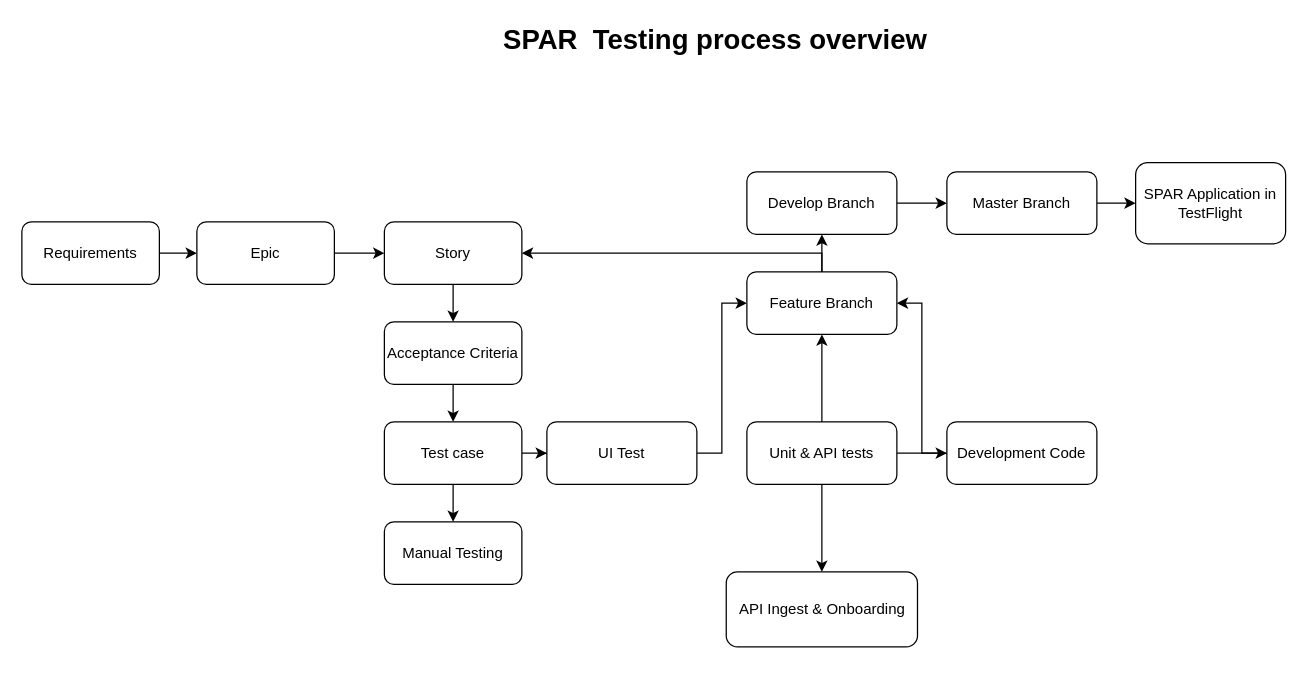
This is SPAR Testing process.drawio from mohandin/hello-world, a draw.io file, before an edit. Source tidied: cells renumbered, new cells numbered last; positions are measured from the earlier drawing's top-left corner, leaving out a move shared by most shapes. Both pictures are drawn from the tidied source at 125%, with x=0, y=0 at pixel (21, 21).
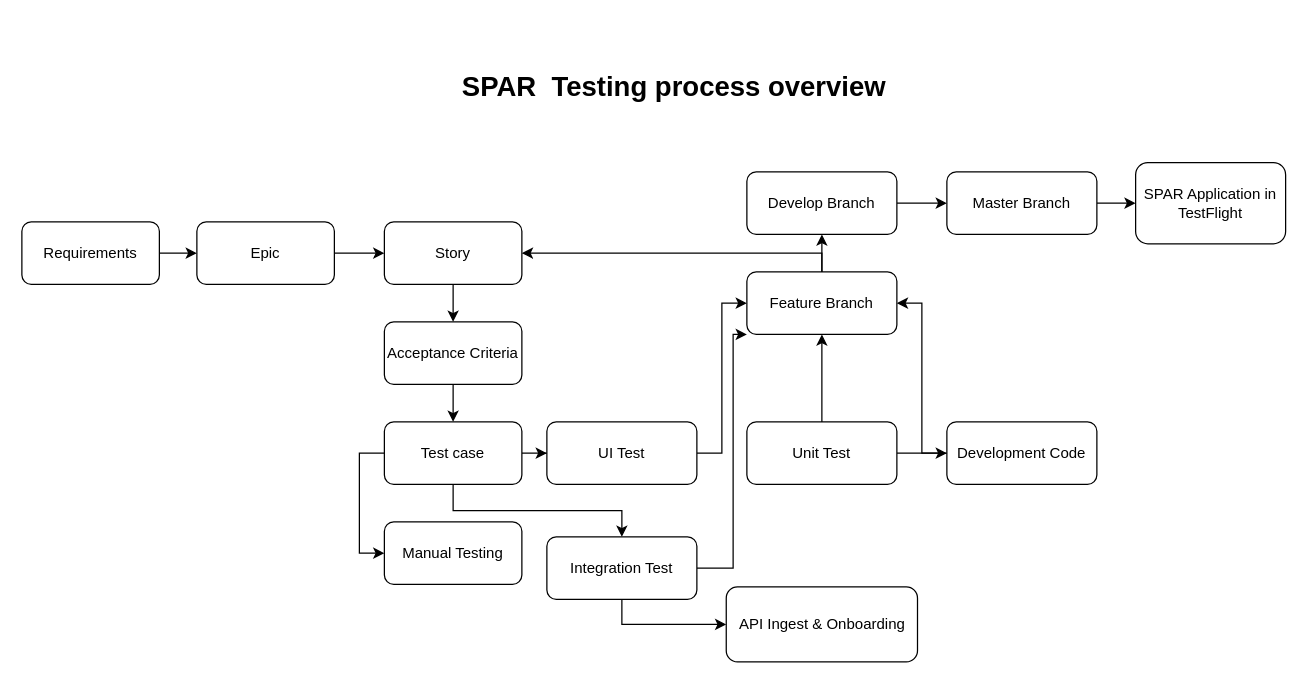
The same page after the edit.

The change refers to these unchanged cells:
```xml
<mxCell id="12" value="Test case" style="rounded=1;whiteSpace=wrap;html=1;" parent="1" vertex="1">
  <mxGeometry x="290" y="320" width="110" height="50" as="geometry" />
</mxCell>
<mxCell id="21" value="Feature Branch" style="rounded=1;whiteSpace=wrap;html=1;" parent="1" vertex="1">
  <mxGeometry x="580" y="200" width="120" height="50" as="geometry" />
</mxCell>
<mxCell id="26" value="Manual Testing" style="rounded=1;whiteSpace=wrap;html=1;" parent="1" vertex="1">
  <mxGeometry x="290" y="400" width="110" height="50" as="geometry" />
</mxCell>
```

What changed in the source:
```diff
@@
-    <mxCell id="11" style="edgeStyle=orthogonalEdgeStyle;rounded=0;jettySize=auto;html=1;" parent="1" edge="1" source="12">
-      <mxGeometry relative="1" as="geometry">
-        <mxPoint x="345" y="400" as="targetPoint" />
-      </mxGeometry>
-    </mxCell>
+    <mxCell id="32" style="edgeStyle=orthogonalEdgeStyle;rounded=0;jettySize=auto;html=1;exitX=0.5;exitY=1;exitDx=0;exitDy=0;entryX=0.5;entryY=0;entryDx=0;entryDy=0;" parent="1" edge="1" source="12" target="36">
+      <mxGeometry relative="1" as="geometry" />
+    </mxCell>
+    <mxCell id="33" style="edgeStyle=orthogonalEdgeStyle;rounded=0;jettySize=auto;html=1;exitX=0;exitY=0.5;exitDx=0;exitDy=0;entryX=0;entryY=0.5;entryDx=0;entryDy=0;" parent="1" edge="1" source="12" target="26">
+      <mxGeometry relative="1" as="geometry" />
+    </mxCell>
@@
-    <mxCell id="15" style="edgeStyle=orthogonalEdgeStyle;rounded=0;jettySize=auto;html=1;" parent="1" edge="1" source="16" target="31">
-      <mxGeometry relative="1" as="geometry" />
-    </mxCell>
-    <mxCell id="16" value="Unit &amp;amp; API tests" style="rounded=1;whiteSpace=wrap;html=1;" parent="1" vertex="1">
+    <mxCell id="16" value="Unit Test" style="rounded=1;whiteSpace=wrap;html=1;" parent="1" vertex="1">
       <mxGeometry x="580" y="320" width="120" height="50" as="geometry" />
     </mxCell>
@@
     <mxCell id="30" value="&lt;b&gt;&lt;font style=&quot;font-size: 22px&quot;&gt;SPAR &amp;nbsp;Testing process overview&lt;/font&gt;&lt;/b&gt;" style="text;html=1;strokeColor=none;fillColor=none;align=center;verticalAlign=middle;whiteSpace=wrap;rounded=0;" parent="1" vertex="1">
-      <mxGeometry x="360" width="390" height="30" as="geometry" />
+      <mxGeometry x="326.5" y="38" width="390" height="30" as="geometry" />
     </mxCell>
     <mxCell id="31" value="API Ingest &amp;amp; Onboarding" style="rounded=1;whiteSpace=wrap;html=1;" parent="1" vertex="1">
-      <mxGeometry x="563.5" y="440" width="153" height="60" as="geometry" />
+      <mxGeometry x="563.5" y="452" width="153" height="60" as="geometry" />
     </mxCell>
+    <mxCell id="34" style="edgeStyle=orthogonalEdgeStyle;rounded=0;jettySize=auto;html=1;exitX=0.5;exitY=1;exitDx=0;exitDy=0;entryX=0;entryY=0.5;entryDx=0;entryDy=0;" parent="1" edge="1" source="36" target="31">
+      <mxGeometry relative="1" as="geometry" />
+    </mxCell>
+    <mxCell id="35" style="edgeStyle=orthogonalEdgeStyle;rounded=0;jettySize=auto;html=1;entryX=0;entryY=1;entryDx=0;entryDy=0;" parent="1" edge="1" source="36" target="21">
+      <mxGeometry relative="1" as="geometry">
+        <Array as="points">
+          <mxPoint x="569" y="437" />
+          <mxPoint x="569" y="250" />
+        </Array>
+      </mxGeometry>
+    </mxCell>
+    <mxCell id="36" value="Integration Test" style="rounded=1;whiteSpace=wrap;html=1;" parent="1" vertex="1">
+      <mxGeometry x="420" y="412" width="120" height="50" as="geometry" />
+    </mxCell>
```
